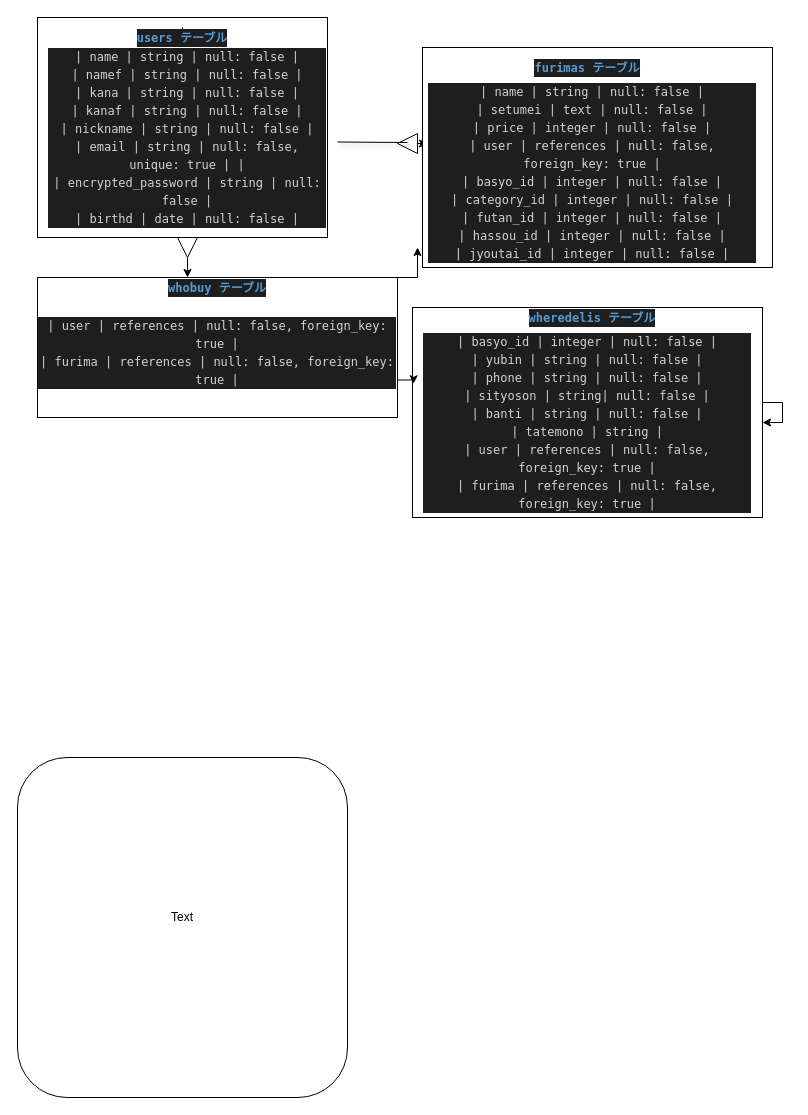
POSOkawa/furima-35269 keeps this draw.io diagram as sekkeidb.dio. Above is the earlier version. Source tidied: cells renumbered, new cells numbered last; positions are measured from the earlier drawing's top-left corner, leaving out a move shared by most shapes. Both pictures are drawn from the tidied source at 100%, with x=0, y=0 at pixel (17, 17).
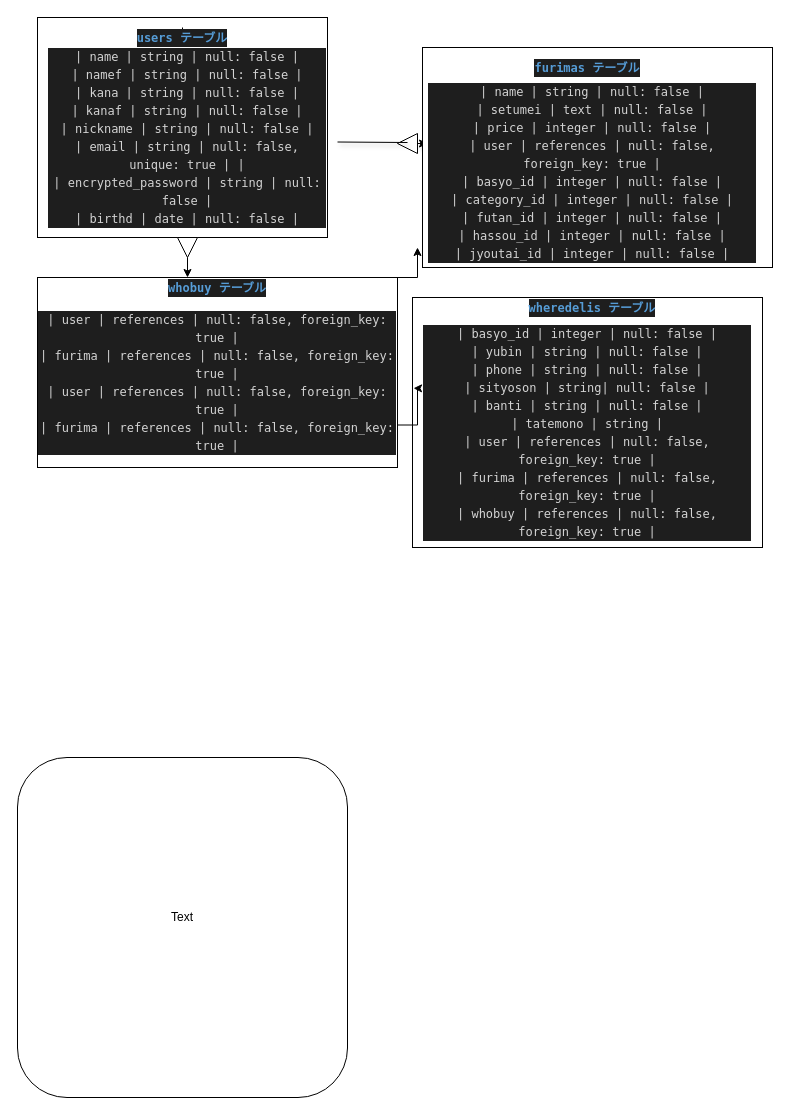
The same diagram, later.

The edit, as a diff of the source:
```diff
@@
     <mxCell id="15" style="rounded=0;whiteSpace=wrap;html=1;" parent="1" vertex="1">
-      <mxGeometry x="395" y="290" width="350" height="210" as="geometry" />
+      <mxGeometry x="395" y="280" width="350" height="250" as="geometry" />
     </mxCell>
-    <mxCell id="16" value="&lt;div style=&quot;color: rgb(212 , 212 , 212) ; background-color: rgb(30 , 30 , 30) ; font-family: &amp;#34;menlo&amp;#34; , &amp;#34;monaco&amp;#34; , &amp;#34;courier new&amp;#34; , monospace ; line-height: 18px&quot;&gt;&lt;div style=&quot;font-family: &amp;#34;menlo&amp;#34; , &amp;#34;monaco&amp;#34; , &amp;#34;courier new&amp;#34; , monospace ; line-height: 18px&quot;&gt;&lt;div&gt;| basyo_id   | integer | null: false |&lt;/div&gt;&lt;div&gt;| yubin   | string | null: false |&lt;/div&gt;&lt;div&gt;| phone   | string | null: false |&lt;/div&gt;&lt;div&gt;| sityoson  | string| null: false |&lt;/div&gt;&lt;div&gt;| banti   | string | null: false |&lt;/div&gt;&lt;div&gt;| tatemono   | string |&lt;/div&gt;&lt;div&gt;&lt;div style=&quot;font-family: &amp;#34;menlo&amp;#34; , &amp;#34;monaco&amp;#34; , &amp;#34;courier new&amp;#34; , monospace ; line-height: 18px&quot;&gt;&lt;div&gt;| user   | references | null: false, foreign_key: true |&lt;/div&gt;&lt;div&gt;| furima   | references | null: false, foreign_key: true |&lt;/div&gt;&lt;/div&gt;&lt;/div&gt;&lt;/div&gt;&lt;/div&gt;" style="text;html=1;strokeColor=none;fillColor=none;align=center;verticalAlign=middle;whiteSpace=wrap;rounded=0;" parent="1" vertex="1">
-      <mxGeometry x="405" y="340" width="330" height="130" as="geometry" />
+    <mxCell id="16" value="&lt;div style=&quot;color: rgb(212 , 212 , 212) ; background-color: rgb(30 , 30 , 30) ; font-family: &amp;#34;menlo&amp;#34; , &amp;#34;monaco&amp;#34; , &amp;#34;courier new&amp;#34; , monospace ; line-height: 18px&quot;&gt;&lt;div style=&quot;font-family: &amp;#34;menlo&amp;#34; , &amp;#34;monaco&amp;#34; , &amp;#34;courier new&amp;#34; , monospace ; line-height: 18px&quot;&gt;&lt;div&gt;| basyo_id   | integer | null: false |&lt;/div&gt;&lt;div&gt;| yubin   | string | null: false |&lt;/div&gt;&lt;div&gt;| phone   | string | null: false |&lt;/div&gt;&lt;div&gt;| sityoson  | string| null: false |&lt;/div&gt;&lt;div&gt;| banti   | string | null: false |&lt;/div&gt;&lt;div&gt;| tatemono   | string |&lt;/div&gt;&lt;div&gt;&lt;div style=&quot;font-family: &amp;#34;menlo&amp;#34; , &amp;#34;monaco&amp;#34; , &amp;#34;courier new&amp;#34; , monospace ; line-height: 18px&quot;&gt;&lt;div&gt;| user   | references | null: false, foreign_key: true |&lt;/div&gt;&lt;div&gt;| furima   | references | null: false, foreign_key: true |&lt;/div&gt;&lt;div&gt;&lt;div style=&quot;font-family: &amp;#34;menlo&amp;#34; , &amp;#34;monaco&amp;#34; , &amp;#34;courier new&amp;#34; , monospace ; line-height: 18px&quot;&gt;| whobuy   | references | null: false, foreign_key: true |&lt;/div&gt;&lt;/div&gt;&lt;/div&gt;&lt;/div&gt;&lt;/div&gt;&lt;/div&gt;" style="text;html=1;strokeColor=none;fillColor=none;align=center;verticalAlign=middle;whiteSpace=wrap;rounded=0;" parent="1" vertex="1">
+      <mxGeometry x="405" y="350" width="330" height="130" as="geometry" />
     </mxCell>
     <mxCell id="17" value="&lt;div style=&quot;color: rgb(212 , 212 , 212) ; background-color: rgb(30 , 30 , 30) ; font-family: &amp;#34;menlo&amp;#34; , &amp;#34;monaco&amp;#34; , &amp;#34;courier new&amp;#34; , monospace ; line-height: 18px&quot;&gt;&lt;span style=&quot;color: #569cd6 ; font-weight: bold&quot;&gt;wheredelis テーブル&lt;/span&gt;&lt;/div&gt;" style="text;html=1;strokeColor=none;fillColor=none;align=center;verticalAlign=middle;whiteSpace=wrap;rounded=0;" parent="1" vertex="1">
-      <mxGeometry x="505" y="290" width="140" height="20" as="geometry" />
+      <mxGeometry x="505" y="280" width="140" height="20" as="geometry" />
     </mxCell>
@@
-    <mxCell id="19" style="edgeStyle=orthogonalEdgeStyle;rounded=0;orthogonalLoop=1;jettySize=auto;html=1;" parent="1" edge="1" source="15" target="15">
-      <mxGeometry relative="1" as="geometry" />
-    </mxCell>
@@
     <mxCell id="21" style="rounded=0;whiteSpace=wrap;html=1;" parent="1" vertex="1">
-      <mxGeometry x="20" y="260" width="360" height="140" as="geometry" />
+      <mxGeometry x="20" y="260" width="360" height="190" as="geometry" />
     </mxCell>
@@
-    <mxCell id="23" value="&lt;div style=&quot;color: rgb(212 , 212 , 212) ; background-color: rgb(30 , 30 , 30) ; font-family: &amp;#34;menlo&amp;#34; , &amp;#34;monaco&amp;#34; , &amp;#34;courier new&amp;#34; , monospace ; line-height: 18px&quot;&gt;&lt;div&gt;| user   | references | null: false, foreign_key: true |&lt;/div&gt;&lt;div&gt;| furima   | references | null: false, foreign_key: true |&lt;/div&gt;&lt;/div&gt;" style="text;html=1;strokeColor=none;fillColor=none;align=center;verticalAlign=middle;whiteSpace=wrap;rounded=0;" parent="1" vertex="1">
-      <mxGeometry x="20" y="280" width="360" height="110" as="geometry" />
+    <mxCell id="23" value="&lt;div style=&quot;color: rgb(212 , 212 , 212) ; background-color: rgb(30 , 30 , 30) ; font-family: &amp;#34;menlo&amp;#34; , &amp;#34;monaco&amp;#34; , &amp;#34;courier new&amp;#34; , monospace ; line-height: 18px&quot;&gt;&lt;div&gt;| user   | references | null: false, foreign_key: true |&lt;/div&gt;&lt;div&gt;| furima   | references | null: false, foreign_key: true |&lt;/div&gt;&lt;div&gt;&lt;div style=&quot;font-family: &amp;#34;menlo&amp;#34; , &amp;#34;monaco&amp;#34; , &amp;#34;courier new&amp;#34; , monospace ; line-height: 18px&quot;&gt;&lt;div&gt;| user   | references | null: false, foreign_key: true |&lt;/div&gt;&lt;div&gt;| furima   | references | null: false, foreign_key: true |&lt;/div&gt;&lt;/div&gt;&lt;/div&gt;&lt;/div&gt;" style="text;html=1;strokeColor=none;fillColor=none;align=center;verticalAlign=middle;whiteSpace=wrap;rounded=0;" parent="1" vertex="1">
+      <mxGeometry x="20" y="280" width="360" height="170" as="geometry" />
     </mxCell>
```
